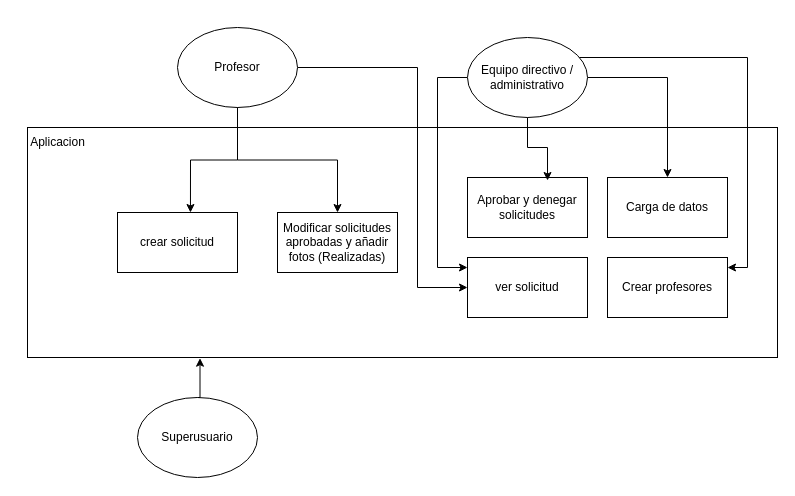
Hansdreams/Reto_Grupo_3 keeps this draw.io diagram as Documentacion/DiagramaCasosUso.drawio. Above is the earlier version. Source tidied: cells renumbered, new cells numbered last; positions are measured from the earlier drawing's top-left corner, leaving out a move shared by most shapes. Both pictures are drawn from the tidied source at 100%, with x=0, y=0 at pixel (17, 27).
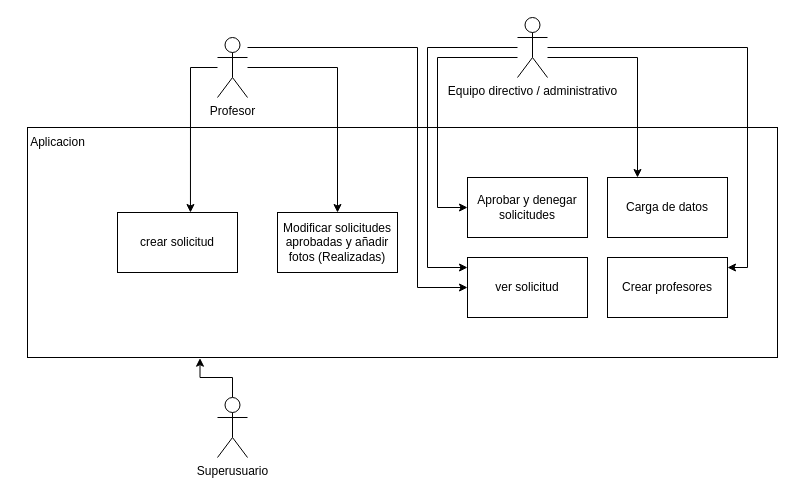
After the change.

The change refers to these unchanged cells:
```xml
<mxCell id="2" style="rounded=0;whiteSpace=wrap;html=1;fillColor=none;align=left;" parent="1" vertex="1">
  <mxGeometry x="10" y="100" width="750" height="230" as="geometry" />
</mxCell>
<mxCell id="4" value="crear solicitud" style="rounded=0;whiteSpace=wrap;html=1;" parent="1" vertex="1">
  <mxGeometry x="100" y="185" width="120" height="60" as="geometry" />
</mxCell>
<mxCell id="5" value="ver solicitud" style="rounded=0;whiteSpace=wrap;html=1;" parent="1" vertex="1">
  <mxGeometry x="450" y="230" width="120" height="60" as="geometry" />
</mxCell>
<mxCell id="6" value="Carga de datos" style="rounded=0;whiteSpace=wrap;html=1;" parent="1" vertex="1">
  <mxGeometry x="590" y="150" width="120" height="60" as="geometry" />
</mxCell>
<mxCell id="15" value="Aprobar y denegar solicitudes" style="rounded=0;whiteSpace=wrap;html=1;" parent="1" vertex="1">
  <mxGeometry x="450" y="150" width="120" height="60" as="geometry" />
</mxCell>
```

Change to the diagram source:
```diff
@@
-    <mxCell id="7" value="Superusuario" style="ellipse;whiteSpace=wrap;html=1;" parent="1" vertex="1">
-      <mxGeometry x="120" y="370" width="120" height="80" as="geometry" />
-    </mxCell>
@@
-    <mxCell id="9" style="edgeStyle=orthogonalEdgeStyle;rounded=0;jettySize=auto;html=1;entryX=0;entryY=0.5;entryDx=0;entryDy=0;" parent="1" edge="1" source="10" target="5">
+    <mxCell id="9" style="edgeStyle=orthogonalEdgeStyle;rounded=0;jettySize=auto;html=1;" parent="1" edge="1" source="10">
       <mxGeometry relative="1" as="geometry">
+        <mxPoint x="450" y="260" as="targetPoint" />
         <Array as="points">
-          <mxPoint x="400" y="40" />
+          <mxPoint x="400" y="20" />
           <mxPoint x="400" y="260" />
+          <mxPoint x="450" y="260" />
         </Array>
       </mxGeometry>
     </mxCell>
-    <mxCell id="10" value="Profesor" style="ellipse;whiteSpace=wrap;html=1;" parent="1" vertex="1">
-      <mxGeometry x="160" width="120" height="80" as="geometry" />
-    </mxCell>
     <mxCell id="11" style="edgeStyle=orthogonalEdgeStyle;rounded=0;jettySize=auto;html=1;" parent="1" edge="1" source="14" target="6">
-      <mxGeometry relative="1" as="geometry" />
+      <mxGeometry relative="1" as="geometry">
+        <Array as="points">
+          <mxPoint x="620" y="30" />
+        </Array>
+      </mxGeometry>
     </mxCell>
-    <mxCell id="12" style="edgeStyle=orthogonalEdgeStyle;rounded=0;jettySize=auto;html=1;exitX=1;exitY=0;exitDx=0;exitDy=0;" parent="1" edge="1" source="14">
+    <mxCell id="12" style="edgeStyle=orthogonalEdgeStyle;rounded=0;jettySize=auto;html=1;" parent="1" edge="1" source="14">
       <mxGeometry relative="1" as="geometry">
         <mxPoint x="710" y="240" as="targetPoint" />
         <Array as="points">
-          <mxPoint x="552" y="30" />
-          <mxPoint x="730" y="30" />
+          <mxPoint x="730" y="20" />
           <mxPoint x="730" y="240" />
         </Array>
       </mxGeometry>
     </mxCell>
     <mxCell id="13" style="edgeStyle=orthogonalEdgeStyle;rounded=0;jettySize=auto;html=1;" parent="1" edge="1" source="14" target="5">
       <mxGeometry relative="1" as="geometry">
         <Array as="points">
-          <mxPoint x="420" y="50" />
-          <mxPoint x="420" y="240" />
+          <mxPoint x="410" y="20" />
+          <mxPoint x="410" y="240" />
         </Array>
       </mxGeometry>
     </mxCell>
-    <mxCell id="14" value="Equipo directivo / administrativo" style="ellipse;whiteSpace=wrap;html=1;" parent="1" vertex="1">
-      <mxGeometry x="450" y="10" width="120" height="80" as="geometry" />
-    </mxCell>
@@
-    <mxCell id="17" style="edgeStyle=orthogonalEdgeStyle;rounded=0;jettySize=auto;html=1;exitX=0.5;exitY=0;exitDx=0;exitDy=0;entryX=0.23;entryY=1.003;entryDx=0;entryDy=0;entryPerimeter=0;" parent="1" edge="1" source="7" target="2">
+    <mxCell id="17" style="edgeStyle=orthogonalEdgeStyle;rounded=0;jettySize=auto;html=1;entryX=0.23;entryY=1.003;entryDx=0;entryDy=0;entryPerimeter=0;" parent="1" edge="1" source="7" target="2">
       <mxGeometry relative="1" as="geometry" />
     </mxCell>
@@
-    <mxCell id="19" style="edgeStyle=orthogonalEdgeStyle;rounded=0;jettySize=auto;html=1;entryX=0.608;entryY=0;entryDx=0;entryDy=0;entryPerimeter=0;" parent="1" edge="1" source="10" target="4">
-      <mxGeometry relative="1" as="geometry" />
+    <mxCell id="19" style="edgeStyle=orthogonalEdgeStyle;rounded=0;jettySize=auto;html=1;entryX=0.608;entryY=0;entryDx=0;entryDy=0;entryPerimeter=0;" parent="1" edge="1" target="4">
+      <mxGeometry relative="1" as="geometry">
+        <mxPoint x="200" y="40" as="sourcePoint" />
+        <Array as="points">
+          <mxPoint x="200" y="40" />
+          <mxPoint x="173" y="40" />
+        </Array>
+      </mxGeometry>
     </mxCell>
+    <mxCell id="7" value="&lt;span style=&quot;&quot;&gt;Superusuario&lt;/span&gt;" style="shape=umlActor;verticalLabelPosition=bottom;verticalAlign=top;html=1;outlineConnect=0;" parent="1" vertex="1">
+      <mxGeometry x="200" y="370" width="30" height="60" as="geometry" />
+    </mxCell>
+    <mxCell id="10" value="&lt;span style=&quot;&quot;&gt;Profesor&lt;/span&gt;" style="shape=umlActor;verticalLabelPosition=bottom;verticalAlign=top;html=1;outlineConnect=0;" parent="1" vertex="1">
+      <mxGeometry x="200" y="10" width="30" height="60" as="geometry" />
+    </mxCell>
-    <mxCell id="20" style="edgeStyle=orthogonalEdgeStyle;rounded=0;jettySize=auto;html=1;entryX=0.667;entryY=0.05;entryDx=0;entryDy=0;entryPerimeter=0;" parent="1" edge="1" source="14" target="15">
-      <mxGeometry relative="1" as="geometry" />
+    <mxCell id="20" style="edgeStyle=orthogonalEdgeStyle;rounded=0;jettySize=auto;html=1;" parent="1" edge="1" source="14" target="15">
+      <mxGeometry relative="1" as="geometry">
+        <Array as="points">
+          <mxPoint x="420" y="30" />
+          <mxPoint x="420" y="180" />
+        </Array>
+      </mxGeometry>
     </mxCell>
+    <mxCell id="14" value="&lt;span style=&quot;&quot;&gt;Equipo directivo / administrativo&lt;/span&gt;" style="shape=umlActor;verticalLabelPosition=bottom;verticalAlign=top;html=1;outlineConnect=0;" parent="1" vertex="1">
+      <mxGeometry x="500" y="-10" width="30" height="60" as="geometry" />
+    </mxCell>
```
